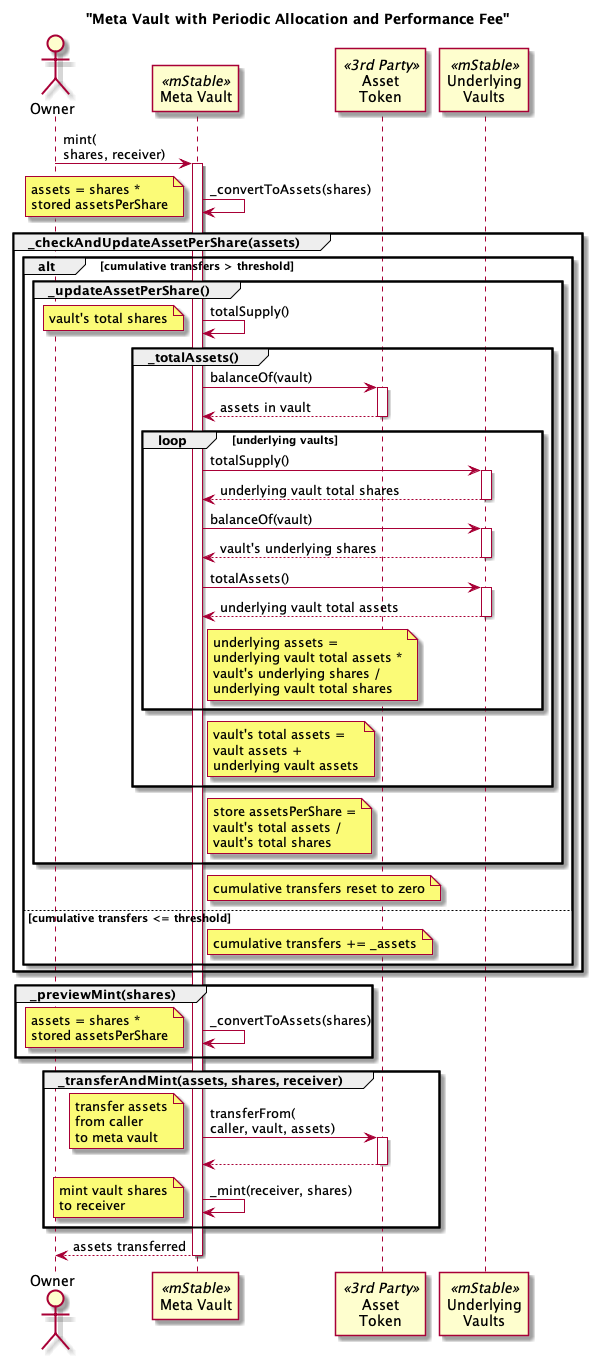
This is docs/metaVaultMint.png from mstable/metavaults, a PlantUML export, as it was before one commit.
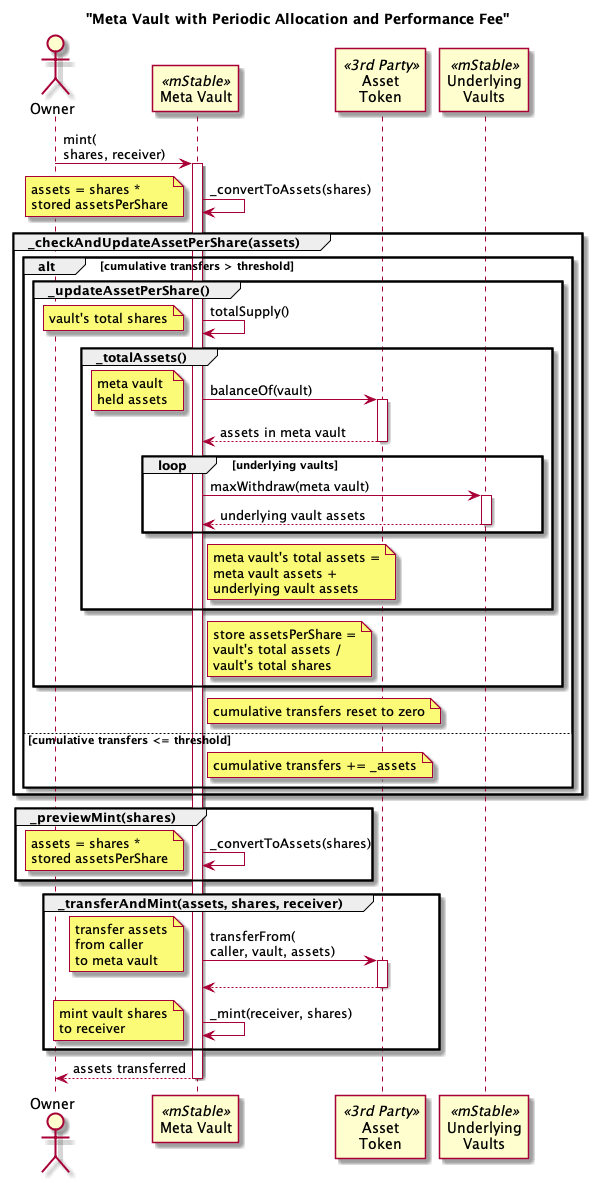
After the commit.

Diff of the diagram source:
```diff
@@ -6,6 +6,29 @@
 participant "Meta Vault" as mv <<mStable>>
 participant "Asset\nToken" as asset <<3rd Party>>
 participant "Underlying\nVaults" as uv <<mStable>>
+
+
+
+
+
+
+
+
+
+
+
+
+
+
+
+
+
+
+
+
+
+
+
 
 
 
@@ -34,25 +57,17 @@
 
 mv -> asset : balanceOf(vault)
 activate asset
-return assets in vault
+note left : meta vault\nheld assets
+return assets in meta vault
 
 loop underlying vaults
-mv -> uv : totalSupply()
+mv -> uv : maxWithdraw(meta vault)
 activate uv
-return underlying vault total shares
+return underlying vault assets
 
-mv -> uv : balanceOf(vault)
-activate uv
-return vault's underlying shares
-
-mv -> uv : totalAssets()
-activate uv
-return underlying vault total assets
-
-note right of mv : underlying assets =\nunderlying vault total assets *\nvault's underlying shares /\nunderlying vault total shares
 end ' underlying vaults
 
-note right of mv : vault's total assets =\nvault assets +\nunderlying vault assets
+note right of mv : meta vault's total assets =\nmeta vault assets +\nunderlying vault assets
 end '  _totalAssets()
 
 note right of mv : store assetsPerShare =\nvault's total assets /\nvault's total shares
@@ -187,4 +202,20 @@
 
 
 
+
+
+
+
+
+
+
+
+
+
+
+
+
+
+
+
 @enduml
```
